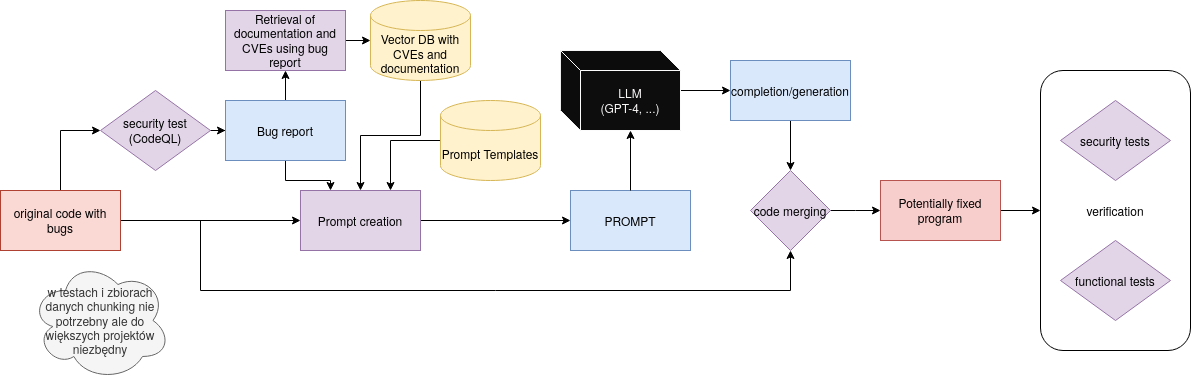
The draw.io diagram gptester.drawio.png in 70ziko/gptester, before a commit. Source tidied: cells renumbered, new cells last; positions are measured from the earlier drawing's top-left corner, leaving out a move shared by most shapes.
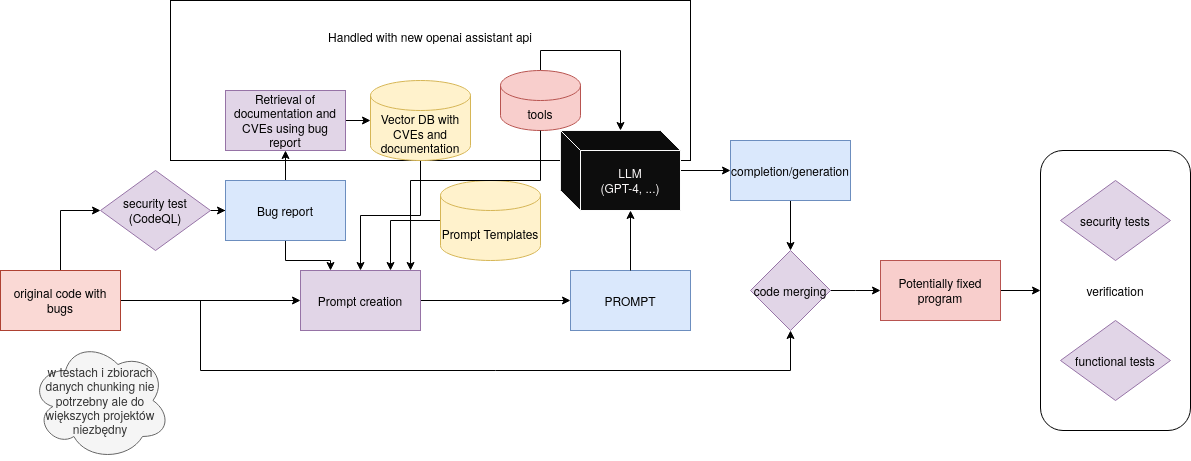
After the change.

The edit, as a diff of the source:
```diff
@@ -2,6 +2,9 @@
   <root>
     <mxCell id="0" />
     <mxCell id="1" parent="0" />
+    <mxCell id="33" value="&lt;div&gt;Handled with new openai assistant api&lt;/div&gt;&lt;div&gt;&lt;br&gt;&lt;/div&gt;&lt;div&gt;&lt;br&gt;&lt;/div&gt;&lt;div&gt;&lt;br&gt;&lt;/div&gt;&lt;div&gt;&lt;br&gt;&lt;/div&gt;&lt;div&gt;&lt;br&gt;&lt;/div&gt;&lt;div&gt;&lt;br&gt;&lt;/div&gt;" style="rounded=0;whiteSpace=wrap;html=1;fillColor=none;" parent="1" vertex="1">
+      <mxGeometry x="170" y="-80" width="520" height="160" as="geometry" />
+    </mxCell>
     <mxCell id="2" value="verification" style="rounded=1;whiteSpace=wrap;html=1;fillColor=none;glass=0;" parent="1" vertex="1">
       <mxGeometry x="1040" y="70" width="150" height="280" as="geometry" />
     </mxCell>
@@ -103,5 +106,24 @@
     <mxCell id="32" value="functional tests" style="rhombus;whiteSpace=wrap;html=1;fillColor=#e1d5e7;strokeColor=#9673a6;" parent="1" vertex="1">
       <mxGeometry x="1060" y="240" width="110" height="80" as="geometry" />
     </mxCell>
+    <mxCell id="34" style="edgeStyle=orthogonalEdgeStyle;rounded=0;jettySize=auto;html=1;" parent="1" edge="1" source="35" target="21">
+      <mxGeometry relative="1" as="geometry">
+        <Array as="points">
+          <mxPoint x="540" y="-30" />
+          <mxPoint x="620" y="-30" />
+        </Array>
+      </mxGeometry>
+    </mxCell>
+    <mxCell id="35" value="tools" style="shape=cylinder3;whiteSpace=wrap;html=1;boundedLbl=1;backgroundOutline=1;size=15;fillColor=#f8cecc;strokeColor=#b85450;" parent="1" vertex="1">
+      <mxGeometry x="500" y="-10" width="80" height="60" as="geometry" />
+    </mxCell>
+    <mxCell id="36" style="edgeStyle=orthogonalEdgeStyle;rounded=0;jettySize=auto;html=1;entryX=0.917;entryY=0;entryDx=0;entryDy=0;entryPerimeter=0;" parent="1" edge="1" source="35" target="18">
+      <mxGeometry relative="1" as="geometry">
+        <Array as="points">
+          <mxPoint x="540" y="100" />
+          <mxPoint x="410" y="100" />
+        </Array>
+      </mxGeometry>
+    </mxCell>
   </root>
 </mxGraphModel>
```
